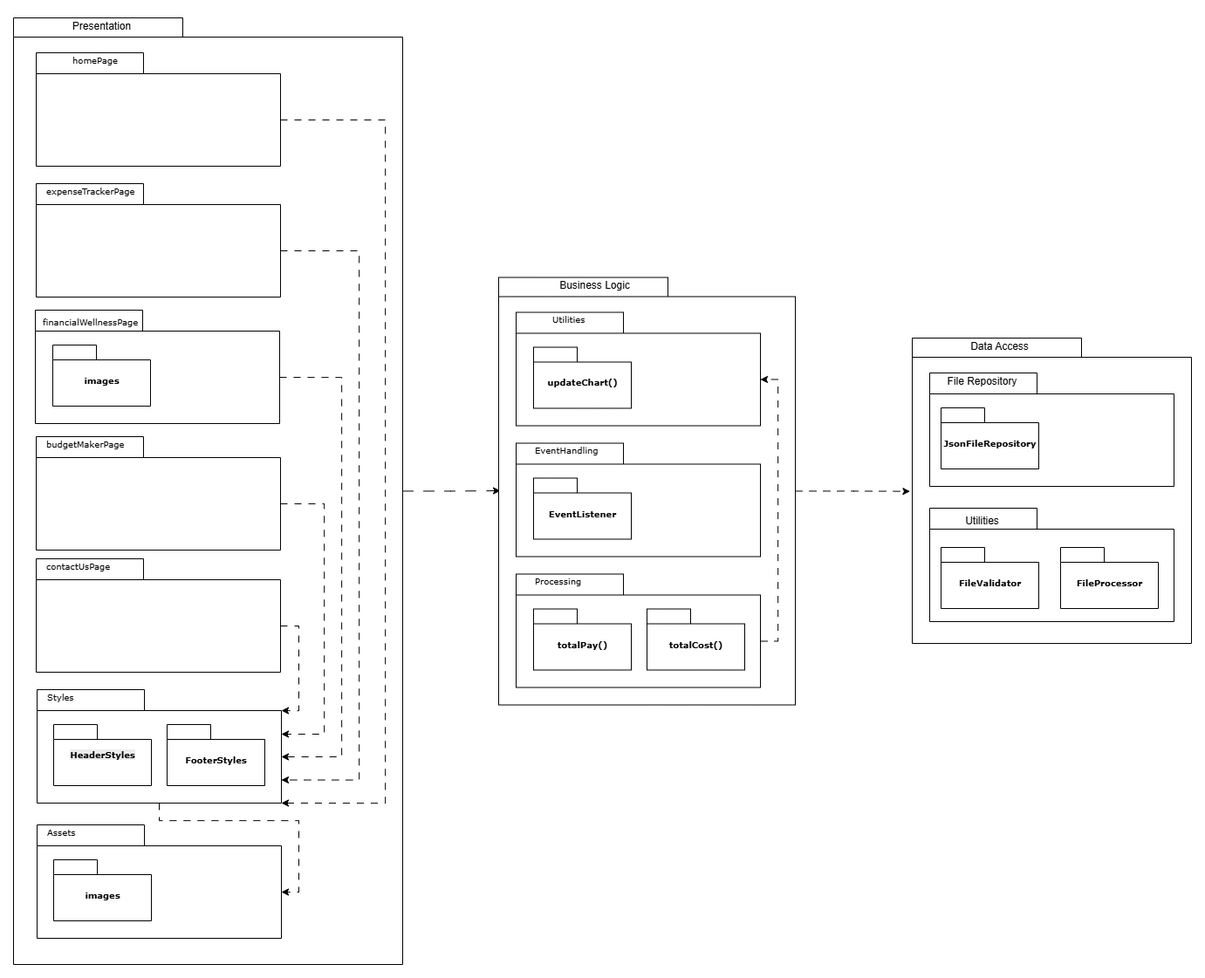
Above: cs386/deliverables/deliverable5/architecture.drawio.png in brenden-matteson/cs386 (draw.io), before the change. Source tidied: cells renumbered, new cells last; positions are measured from the earlier drawing's top-left corner, leaving out a move shared by most shapes.
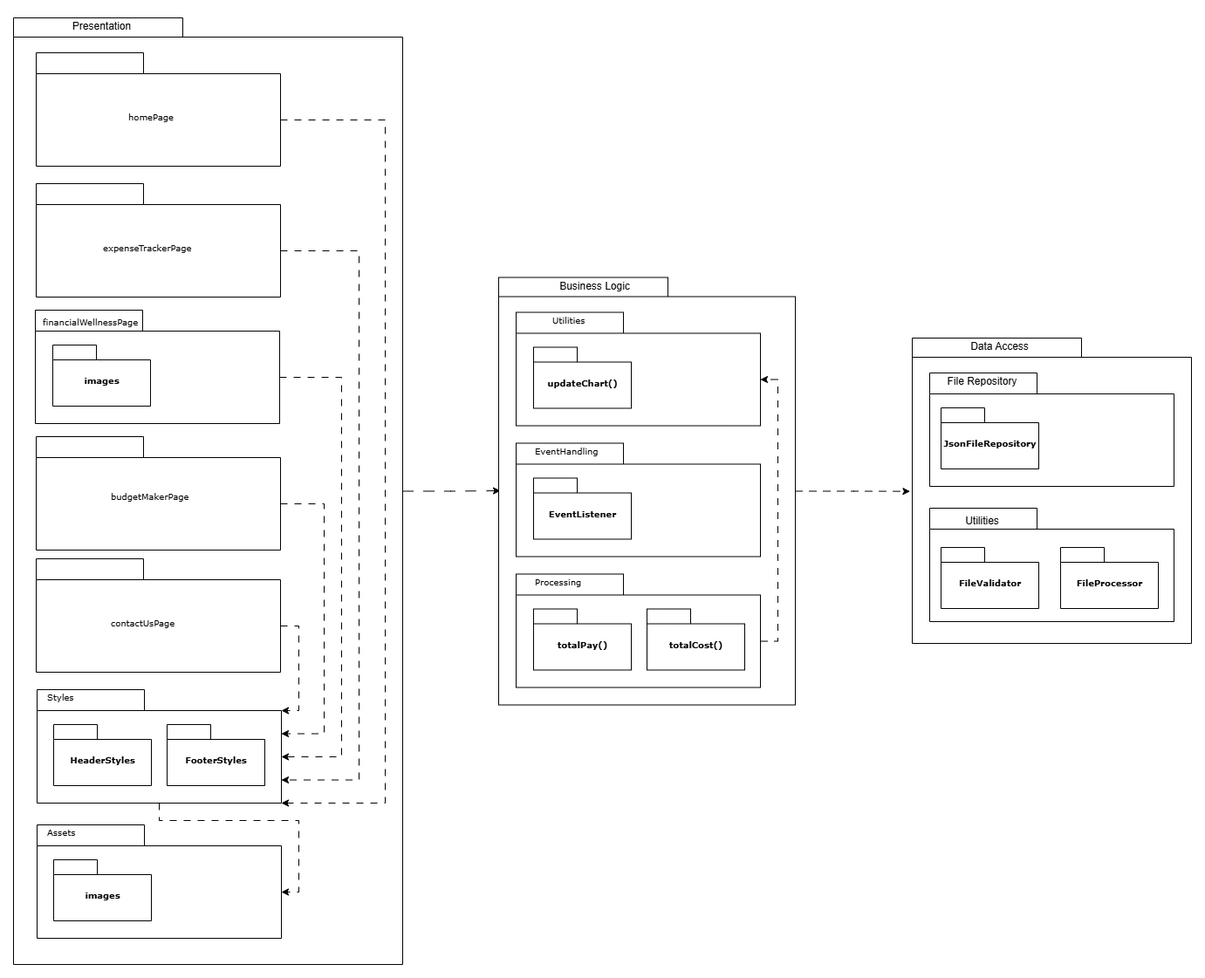
The same diagram one commit later.

Commit message:
Updated the architecture, sequence, and template design pattern diagrams. Added the class diagram Tyson made from the discord.

Change to the diagram source:
```diff
@@ -18,7 +18,7 @@
       <mxGeometry width="280" height="130" as="geometry" />
     </mxCell>
     <mxCell id="7" value="homePage" style="text;html=1;align=left;verticalAlign=top;spacingTop=-4;fontSize=10;fontFamily=Verdana;" parent="5" vertex="1">
-      <mxGeometry x="40" width="130" height="20" as="geometry" />
+      <mxGeometry x="104" y="65" width="130" height="20" as="geometry" />
     </mxCell>
     <mxCell id="8" style="group;" parent="1" vertex="1">
       <mxGeometry x="26" y="195" width="280" height="130" as="geometry" />
@@ -30,7 +30,7 @@
       <mxGeometry width="280" height="130" as="geometry" />
     </mxCell>
     <mxCell id="11" value="expenseTrackerPage" style="text;html=1;align=left;verticalAlign=top;spacingTop=-4;fontSize=10;fontFamily=Verdana;" parent="9" vertex="1">
-      <mxGeometry x="10" width="130" height="20" as="geometry" />
+      <mxGeometry x="75" y="65" width="130" height="20" as="geometry" />
     </mxCell>
     <mxCell id="12" style="group;" parent="1" vertex="1">
       <mxGeometry x="16" y="335" width="282" height="135" as="geometry" />
@@ -63,7 +63,7 @@
       <mxGeometry width="280" height="130" as="geometry" />
     </mxCell>
     <mxCell id="22" value="budgetMakerPage" style="text;html=1;align=left;verticalAlign=top;spacingTop=-4;fontSize=10;fontFamily=Verdana;" parent="20" vertex="1">
-      <mxGeometry x="10" width="130" height="20" as="geometry" />
+      <mxGeometry x="84" y="60" width="130" height="20" as="geometry" />
     </mxCell>
     <mxCell id="23" style="group;" parent="1" vertex="1">
       <mxGeometry x="26" y="625" width="280" height="130" as="geometry" />
@@ -75,7 +75,7 @@
       <mxGeometry width="280" height="130" as="geometry" />
     </mxCell>
     <mxCell id="26" value="contactUsPage" style="text;html=1;align=left;verticalAlign=top;spacingTop=-4;fontSize=10;fontFamily=Verdana;" parent="24" vertex="1">
-      <mxGeometry x="10" width="130" height="20" as="geometry" />
+      <mxGeometry x="84" y="65" width="130" height="20" as="geometry" />
     </mxCell>
     <mxCell id="27" style="group;" parent="1" vertex="1">
       <mxGeometry x="27" y="775" width="280" height="130" as="geometry" />
@@ -89,12 +89,12 @@
     <mxCell id="30" value="Styles" style="text;html=1;align=left;verticalAlign=top;spacingTop=-4;fontSize=10;fontFamily=Verdana;" parent="28" vertex="1">
       <mxGeometry x="10" width="130" height="20" as="geometry" />
     </mxCell>
+    <mxCell id="32" value="FooterStyles" style="shape=folder;fontStyle=1;spacingTop=10;tabWidth=50;tabHeight=17;tabPosition=left;html=1;rounded=0;shadow=0;comic=0;labelBackgroundColor=none;strokeWidth=1;fontFamily=Verdana;fontSize=10;align=center;" parent="28" vertex="1">
+      <mxGeometry x="149" y="40" width="112" height="70" as="geometry" />
+    </mxCell>
-    <mxCell id="31" value="&#10;&lt;span style=&quot;color: rgb(0, 0, 0); font-family: Verdana; font-size: 10px; font-style: normal; font-variant-ligatures: normal; font-variant-caps: normal; font-weight: 700; letter-spacing: normal; orphans: 2; text-align: center; text-indent: 0px; text-transform: none; widows: 2; word-spacing: 0px; -webkit-text-stroke-width: 0px; white-space: nowrap; background-color: rgb(236, 236, 236); text-decoration-thickness: initial; text-decoration-style: initial; text-decoration-color: initial; display: inline !important; float: none;&quot;&gt;HeaderStyles&lt;/span&gt;&#10;&#10;" style="shape=folder;fontStyle=1;spacingTop=10;tabWidth=50;tabHeight=17;tabPosition=left;html=1;rounded=0;shadow=0;comic=0;labelBackgroundColor=none;strokeWidth=1;fontFamily=Verdana;fontSize=10;align=center;" parent="28" vertex="1">
+    <mxCell id="31" value="HeaderStyles" style="shape=folder;fontStyle=1;spacingTop=10;tabWidth=50;tabHeight=17;tabPosition=left;html=1;rounded=0;shadow=0;comic=0;labelBackgroundColor=none;strokeWidth=1;fontFamily=Verdana;fontSize=10;align=center;" parent="28" vertex="1">
       <mxGeometry x="19" y="40" width="112" height="70" as="geometry" />
     </mxCell>
-    <mxCell id="32" value="FooterStyles" style="shape=folder;fontStyle=1;spacingTop=10;tabWidth=50;tabHeight=17;tabPosition=left;html=1;rounded=0;shadow=0;comic=0;labelBackgroundColor=none;strokeWidth=1;fontFamily=Verdana;fontSize=10;align=center;" parent="28" vertex="1">
-      <mxGeometry x="149" y="40" width="112" height="70" as="geometry" />
-    </mxCell>
     <mxCell id="33" style="edgeStyle=orthogonalEdgeStyle;rounded=0;jettySize=auto;html=1;entryX=0.006;entryY=0.499;entryDx=0;entryDy=0;entryPerimeter=0;dashed=1;dashPattern=12 12;" parent="1" edge="1" source="2" target="40">
       <mxGeometry relative="1" as="geometry" />
     </mxCell>
```
